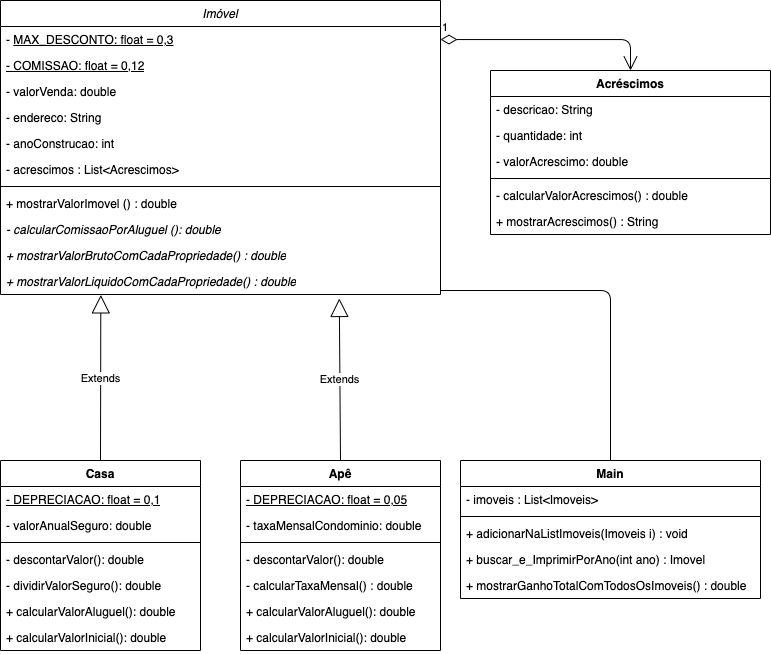
This is Docs/DiagClasseImobiliaria.drawio.png from ericdiniz/PM_Exerc_Condominio_seguro, a draw.io export, as it was before one commit. Source tidied: cells renumbered, new cells last; positions are measured from the earlier drawing's top-left corner, leaving out a move shared by most shapes.
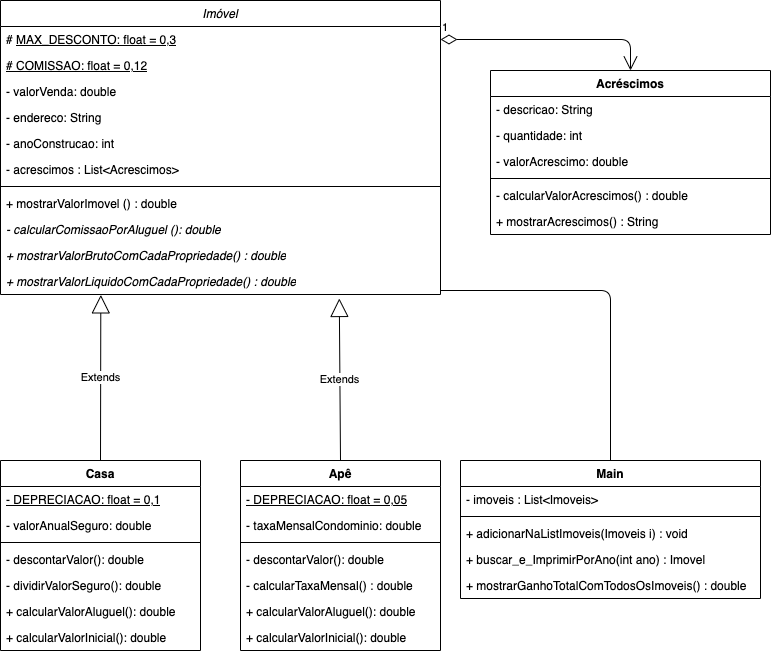
Above is the later version.

Commit message:
começo da classe casa

Diff of the diagram source:
```diff
@@ -5,10 +5,10 @@
     <mxCell id="2" value="&lt;i style=&quot;font-weight: normal;&quot;&gt;Imóvel&lt;/i&gt;" style="swimlane;fontStyle=1;align=center;verticalAlign=top;horizontal=1;startSize=26;whiteSpace=wrap;html=1;" parent="1" vertex="1">
       <mxGeometry width="440" height="294" as="geometry" />
     </mxCell>
-    <mxCell id="3" value="- &lt;u&gt;MAX_DESCONTO: float = 0,3&lt;/u&gt;" style="text;strokeColor=none;fillColor=none;align=left;verticalAlign=top;spacingLeft=4;spacingRight=4;overflow=hidden;points=[[0,0.5],[1,0.5]];portConstraint=eastwest;whiteSpace=wrap;html=1;" parent="2" vertex="1">
+    <mxCell id="3" value="#&amp;nbsp;&lt;u&gt;MAX_DESCONTO: float = 0,3&lt;/u&gt;" style="text;strokeColor=none;fillColor=none;align=left;verticalAlign=top;spacingLeft=4;spacingRight=4;overflow=hidden;points=[[0,0.5],[1,0.5]];portConstraint=eastwest;whiteSpace=wrap;html=1;" parent="2" vertex="1">
       <mxGeometry y="26" width="440" height="26" as="geometry" />
     </mxCell>
-    <mxCell id="4" value="&lt;u&gt;- COMISSAO: float = 0,12&lt;/u&gt;" style="text;strokeColor=none;fillColor=none;align=left;verticalAlign=top;spacingLeft=4;spacingRight=4;overflow=hidden;whiteSpace=wrap;html=1;" parent="2" vertex="1">
+    <mxCell id="4" value="&lt;u&gt;# COMISSAO: float = 0,12&lt;/u&gt;" style="text;strokeColor=none;fillColor=none;align=left;verticalAlign=top;spacingLeft=4;spacingRight=4;overflow=hidden;whiteSpace=wrap;html=1;" parent="2" vertex="1">
       <mxGeometry y="52" width="440" height="26" as="geometry" />
     </mxCell>
     <mxCell id="5" value="- valorVenda: double" style="text;strokeColor=none;fillColor=none;align=left;verticalAlign=top;spacingLeft=4;spacingRight=4;overflow=hidden;whiteSpace=wrap;html=1;" parent="2" vertex="1">
```
